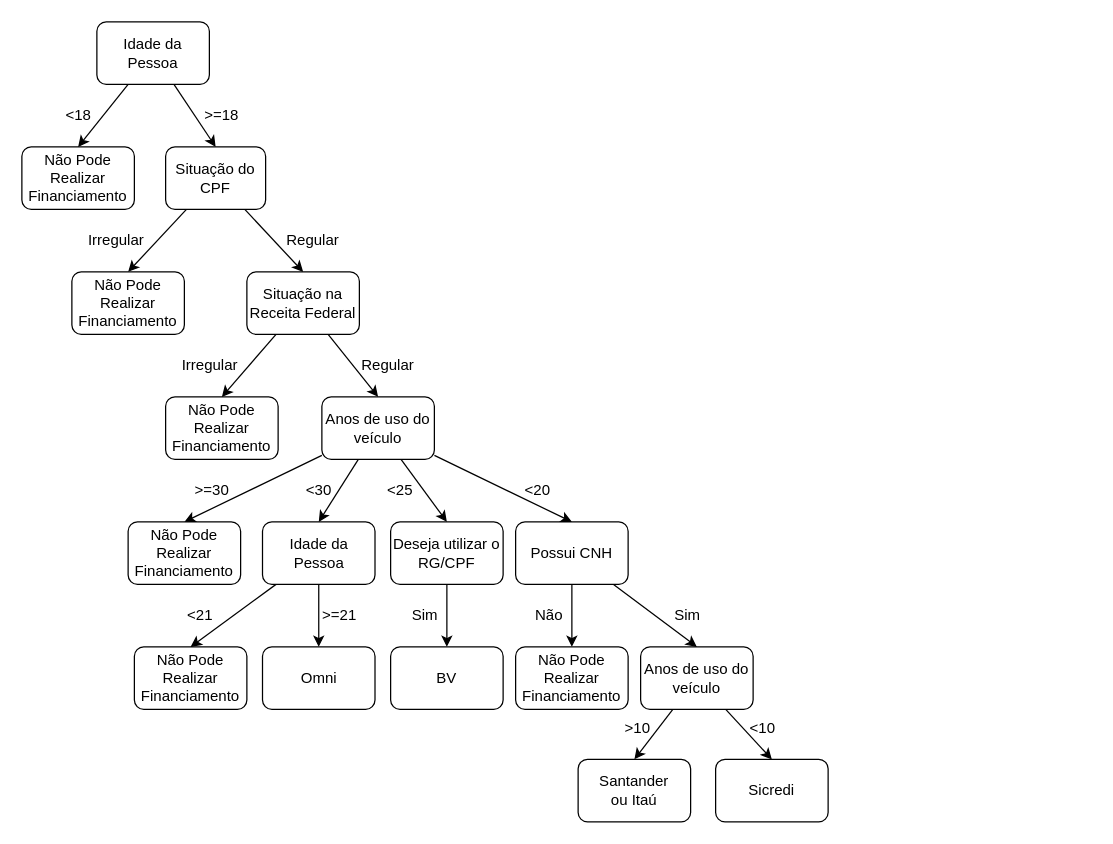
Earlier version of the draw.io diagram diagrams/1.drawio (darkvictor13/Expert-System). Source tidied: cells renumbered, new cells numbered last; positions are measured from the earlier drawing's top-left corner, leaving out a move shared by most shapes. Both pictures are drawn from the tidied source at 125%, with x=0, y=0 at pixel (21, 21).
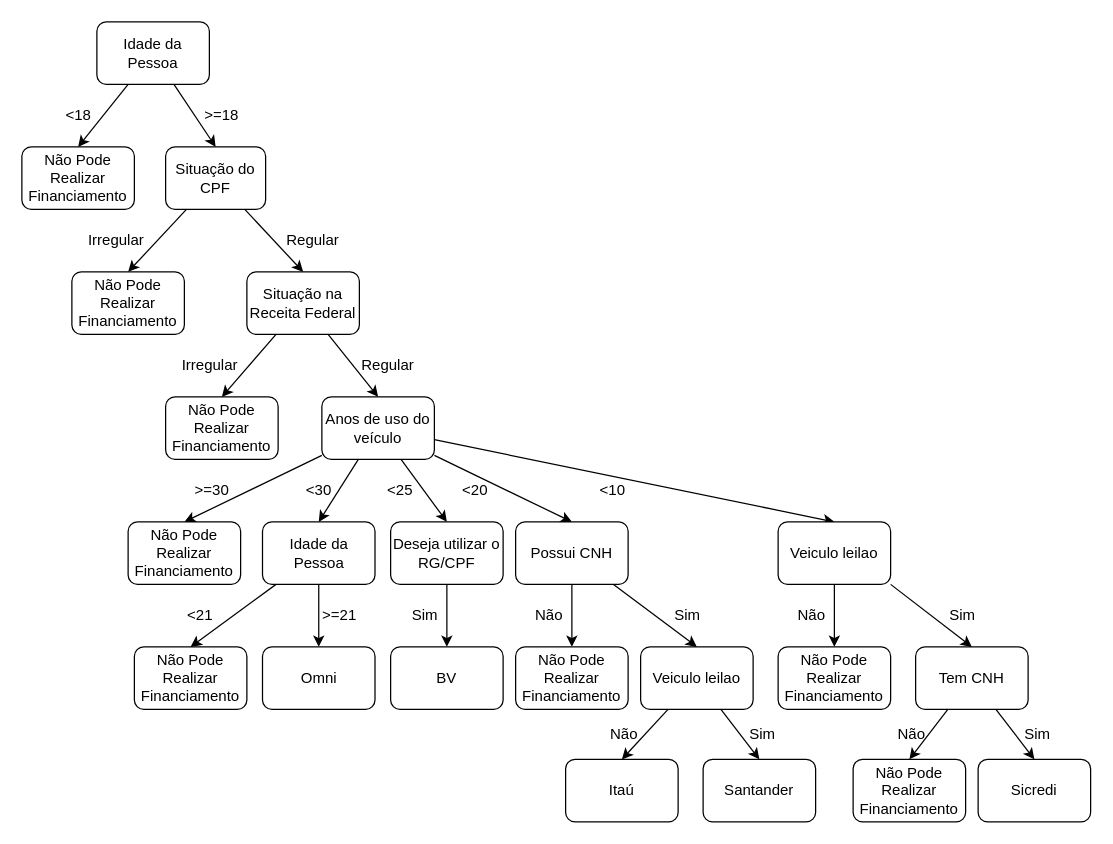
After the change.

The change refers to these unchanged cells:
```xml
<mxCell id="20" value="Anos de uso do veículo" style="rounded=1;whiteSpace=wrap;html=1;" parent="1" vertex="1">
  <mxGeometry x="240" y="300" width="90" height="50" as="geometry" />
</mxCell>
```

Change to the diagram source:
```diff
@@
+    <mxCell id="54" style="edgeStyle=none;html=1;entryX=0.5;entryY=0;entryDx=0;entryDy=0;" parent="1" edge="1" source="20" target="58">
+      <mxGeometry relative="1" as="geometry" />
+    </mxCell>
@@
     <mxCell id="30" value="&amp;lt;20" style="text;html=1;strokeColor=none;fillColor=none;align=right;verticalAlign=middle;whiteSpace=wrap;rounded=0;" parent="1" vertex="1">
-      <mxGeometry x="405" y="360" width="20" height="30" as="geometry" />
+      <mxGeometry x="355" y="360" width="20" height="30" as="geometry" />
     </mxCell>
@@
-    <mxCell id="38" style="edgeStyle=none;html=1;entryX=0.5;entryY=0;entryDx=0;entryDy=0;" parent="1" edge="1" source="39" target="42">
-      <mxGeometry relative="1" as="geometry" />
-    </mxCell>
+    <mxCell id="55" style="edgeStyle=none;html=1;entryX=0.5;entryY=0;entryDx=0;entryDy=0;" parent="1" edge="1" source="39" target="68">
+      <mxGeometry relative="1" as="geometry" />
+    </mxCell>
-    <mxCell id="39" value="Anos de uso do veículo" style="rounded=1;whiteSpace=wrap;html=1;" parent="1" vertex="1">
+    <mxCell id="39" value="Veiculo leilao" style="rounded=1;whiteSpace=wrap;html=1;" parent="1" vertex="1">
       <mxGeometry x="495" y="500" width="90" height="50" as="geometry" />
     </mxCell>
@@
-    <mxCell id="41" value="Santander&lt;br&gt;ou Itaú" style="rounded=1;whiteSpace=wrap;html=1;" parent="1" vertex="1">
-      <mxGeometry x="445" y="590" width="90" height="50" as="geometry" />
+    <mxCell id="41" value="Itaú" style="rounded=1;whiteSpace=wrap;html=1;" parent="1" vertex="1">
+      <mxGeometry x="435" y="590" width="90" height="50" as="geometry" />
     </mxCell>
-    <mxCell id="42" value="Sicredi" style="rounded=1;whiteSpace=wrap;html=1;" parent="1" vertex="1">
-      <mxGeometry x="555" y="590" width="90" height="50" as="geometry" />
-    </mxCell>
-    <mxCell id="43" value="&amp;gt;10" style="text;html=1;strokeColor=none;fillColor=none;align=right;verticalAlign=middle;whiteSpace=wrap;rounded=0;" parent="1" vertex="1">
-      <mxGeometry x="475" y="550" width="30" height="30" as="geometry" />
-    </mxCell>
-    <mxCell id="44" value="&amp;lt;10" style="text;html=1;strokeColor=none;fillColor=none;align=right;verticalAlign=middle;whiteSpace=wrap;rounded=0;" parent="1" vertex="1">
-      <mxGeometry x="575" y="550" width="30" height="30" as="geometry" />
-    </mxCell>
@@
+    <mxCell id="56" style="edgeStyle=none;html=1;entryX=0.5;entryY=0;entryDx=0;entryDy=0;" parent="1" edge="1" source="58" target="59">
+      <mxGeometry relative="1" as="geometry" />
+    </mxCell>
+    <mxCell id="57" style="edgeStyle=none;html=1;exitX=1;exitY=1;exitDx=0;exitDy=0;entryX=0.5;entryY=0;entryDx=0;entryDy=0;" parent="1" edge="1" source="58" target="63">
+      <mxGeometry relative="1" as="geometry" />
+    </mxCell>
+    <mxCell id="58" value="Veiculo leilao" style="rounded=1;whiteSpace=wrap;html=1;" parent="1" vertex="1">
+      <mxGeometry x="605" y="400" width="90" height="50" as="geometry" />
+    </mxCell>
+    <mxCell id="44" value="&amp;lt;10" style="text;html=1;strokeColor=none;fillColor=none;align=right;verticalAlign=middle;whiteSpace=wrap;rounded=0;" parent="1" vertex="1">
+      <mxGeometry x="455" y="360" width="30" height="30" as="geometry" />
+    </mxCell>
+    <mxCell id="59" value="Não Pode Realizar Financiamento" style="rounded=1;whiteSpace=wrap;html=1;" parent="1" vertex="1">
+      <mxGeometry x="605" y="500" width="90" height="50" as="geometry" />
+    </mxCell>
+    <mxCell id="60" value="Não" style="text;html=1;strokeColor=none;fillColor=none;align=right;verticalAlign=middle;whiteSpace=wrap;rounded=0;" parent="1" vertex="1">
+      <mxGeometry x="615" y="460" width="30" height="30" as="geometry" />
+    </mxCell>
+    <mxCell id="61" style="edgeStyle=none;html=1;entryX=0.5;entryY=0;entryDx=0;entryDy=0;" parent="1" edge="1" source="63" target="65">
+      <mxGeometry relative="1" as="geometry" />
+    </mxCell>
+    <mxCell id="62" style="edgeStyle=none;html=1;entryX=0.5;entryY=0;entryDx=0;entryDy=0;" parent="1" edge="1" source="63" target="42">
+      <mxGeometry relative="1" as="geometry" />
+    </mxCell>
+    <mxCell id="63" value="Tem CNH" style="rounded=1;whiteSpace=wrap;html=1;" parent="1" vertex="1">
+      <mxGeometry x="715" y="500" width="90" height="50" as="geometry" />
+    </mxCell>
+    <mxCell id="64" value="Sim" style="text;html=1;strokeColor=none;fillColor=none;align=right;verticalAlign=middle;whiteSpace=wrap;rounded=0;" parent="1" vertex="1">
+      <mxGeometry x="735" y="460" width="30" height="30" as="geometry" />
+    </mxCell>
+    <mxCell id="65" value="Não Pode Realizar Financiamento" style="rounded=1;whiteSpace=wrap;html=1;" parent="1" vertex="1">
+      <mxGeometry x="665" y="590" width="90" height="50" as="geometry" />
+    </mxCell>
+    <mxCell id="42" value="Sicredi" style="rounded=1;whiteSpace=wrap;html=1;" parent="1" vertex="1">
+      <mxGeometry x="765" y="590" width="90" height="50" as="geometry" />
+    </mxCell>
+    <mxCell id="66" value="Não" style="text;html=1;strokeColor=none;fillColor=none;align=right;verticalAlign=middle;whiteSpace=wrap;rounded=0;" parent="1" vertex="1">
+      <mxGeometry x="695" y="555" width="30" height="30" as="geometry" />
+    </mxCell>
+    <mxCell id="67" value="Sim" style="text;html=1;strokeColor=none;fillColor=none;align=right;verticalAlign=middle;whiteSpace=wrap;rounded=0;" parent="1" vertex="1">
+      <mxGeometry x="795" y="555" width="30" height="30" as="geometry" />
+    </mxCell>
+    <mxCell id="68" value="Santander" style="rounded=1;whiteSpace=wrap;html=1;" parent="1" vertex="1">
+      <mxGeometry x="545" y="590" width="90" height="50" as="geometry" />
+    </mxCell>
+    <mxCell id="69" value="Sim" style="text;html=1;strokeColor=none;fillColor=none;align=right;verticalAlign=middle;whiteSpace=wrap;rounded=0;" parent="1" vertex="1">
+      <mxGeometry x="575" y="555" width="30" height="30" as="geometry" />
+    </mxCell>
+    <mxCell id="70" value="Não" style="text;html=1;strokeColor=none;fillColor=none;align=right;verticalAlign=middle;whiteSpace=wrap;rounded=0;" parent="1" vertex="1">
+      <mxGeometry x="465" y="555" width="30" height="30" as="geometry" />
+    </mxCell>
```
